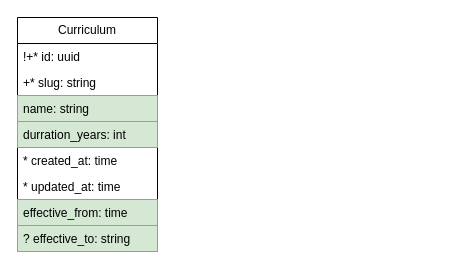
IrusHunter/duckademic keeps this draw.io diagram as page "Curriculum" (8 of 8) of docs/entity_relationship.drawio. Above is the earlier version. Source tidied: cells renumbered, new cells numbered last; positions are measured from the earlier drawing's top-left corner, leaving out a move shared by most shapes. Both pictures are drawn from the tidied source at 100%, with x=0, y=0 at pixel (17, 17).
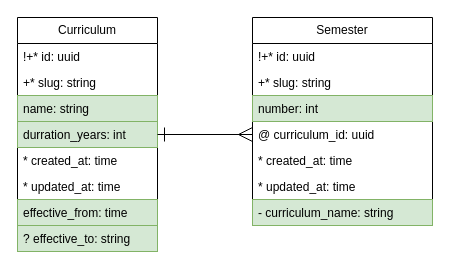
After the change.

Commit message (it also covers changes not shown here):
add semesters to curriculum service

The change refers to these unchanged cells:
```xml
<mxCell id="2" value="Curriculum" style="swimlane;fontStyle=0;horizontal=1;startSize=26;fillColor=none;whiteSpace=wrap;html=1;" parent="1" vertex="1">
  <mxGeometry width="140" height="234" as="geometry" />
</mxCell>
```

Diff of the diagram source:
```diff
@@
+    <mxCell id="11" value="Semester" style="swimlane;fontStyle=0;horizontal=1;startSize=26;fillColor=none;whiteSpace=wrap;html=1;" parent="1" vertex="1">
+      <mxGeometry x="235" width="180" height="208" as="geometry" />
+    </mxCell>
+    <mxCell id="12" value="!+* id: uuid" style="text;strokeColor=none;fillColor=none;align=left;verticalAlign=top;spacingLeft=4;spacingRight=4;overflow=hidden;whiteSpace=wrap;html=1;" parent="11" vertex="1">
+      <mxGeometry y="26" width="180" height="26" as="geometry" />
+    </mxCell>
+    <mxCell id="13" value="+* slug: string" style="text;strokeColor=none;fillColor=none;align=left;verticalAlign=top;spacingLeft=4;spacingRight=4;overflow=hidden;whiteSpace=wrap;html=1;" parent="11" vertex="1">
+      <mxGeometry y="52" width="180" height="26" as="geometry" />
+    </mxCell>
+    <mxCell id="14" value="number: int" style="text;strokeColor=#82b366;fillColor=#d5e8d4;align=left;verticalAlign=top;spacingLeft=4;spacingRight=4;overflow=hidden;whiteSpace=wrap;html=1;" parent="11" vertex="1">
+      <mxGeometry y="78" width="180" height="26" as="geometry" />
+    </mxCell>
+    <mxCell id="15" value="@ curriculum_id: uuid" style="text;align=left;verticalAlign=top;spacingLeft=4;spacingRight=4;overflow=hidden;whiteSpace=wrap;html=1;" parent="11" vertex="1">
+      <mxGeometry y="104" width="180" height="26" as="geometry" />
+    </mxCell>
+    <mxCell id="16" value="* created_at: time" style="text;strokeColor=none;fillColor=none;align=left;verticalAlign=top;spacingLeft=4;spacingRight=4;overflow=hidden;whiteSpace=wrap;html=1;" parent="11" vertex="1">
+      <mxGeometry y="130" width="180" height="26" as="geometry" />
+    </mxCell>
+    <mxCell id="17" value="* updated_at: time" style="text;strokeColor=none;fillColor=none;align=left;verticalAlign=top;spacingLeft=4;spacingRight=4;overflow=hidden;whiteSpace=wrap;html=1;" parent="11" vertex="1">
+      <mxGeometry y="156" width="180" height="26" as="geometry" />
+    </mxCell>
+    <mxCell id="18" value="- curriculum_name: string" style="text;strokeColor=#82b366;fillColor=#d5e8d4;align=left;verticalAlign=top;spacingLeft=4;spacingRight=4;overflow=hidden;whiteSpace=wrap;html=1;" parent="11" vertex="1">
+      <mxGeometry y="182" width="180" height="26" as="geometry" />
+    </mxCell>
+    <mxCell id="19" style="edgeStyle=orthogonalEdgeStyle;html=1;startArrow=ERone;startFill=0;endArrow=ERmany;endFill=0;endSize=12;startSize=12;strokeWidth=1;rounded=0;curved=0;jumpStyle=line;" parent="1" edge="1" source="2" target="11">
+      <mxGeometry relative="1" as="geometry">
+        <Array as="points">
+          <mxPoint x="205" y="117" />
+          <mxPoint x="205" y="117" />
+        </Array>
+      </mxGeometry>
+    </mxCell>
```
